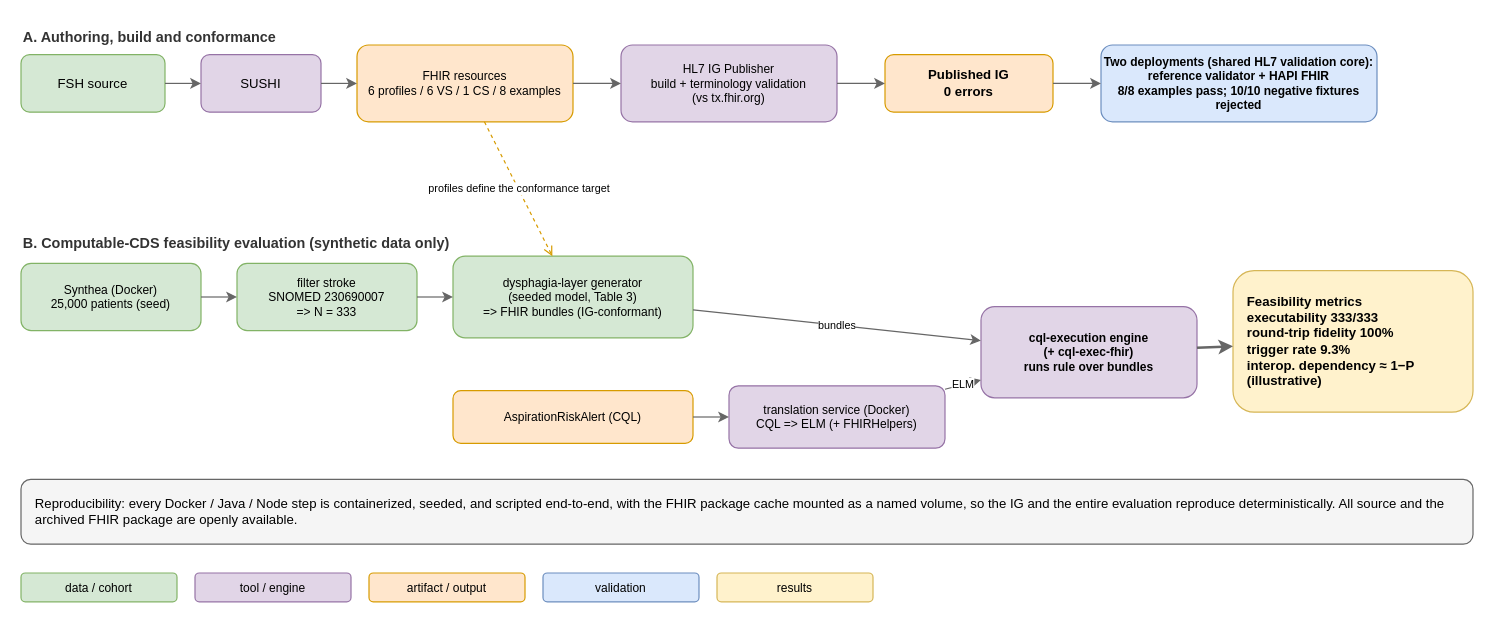
The draw.io diagram figures/Figure-3-evaluation-pipeline.drawio in sefatuncer/stroke-dysphagia-fhir-ig, before the edit. Source tidied: cells renumbered, new cells numbered last; positions are measured from the earlier drawing's top-left corner, leaving out a move shared by most shapes. Both pictures are drawn from the tidied source at 120%, with x=0, y=0 at pixel (20, 20).
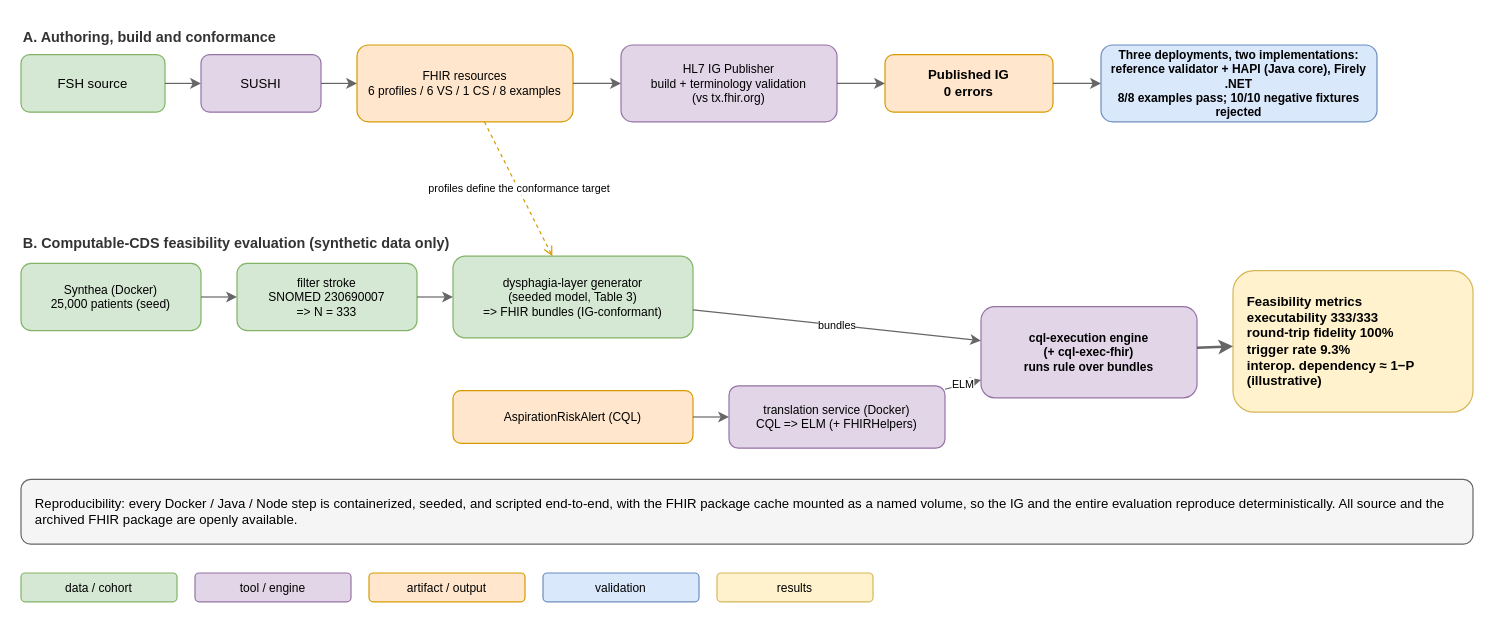
Above is the later version.

What changed in the source:
```diff
@@
-    <mxCell id="8" value="Two deployments (shared HL7 validation core):&#10;reference validator + HAPI FHIR&#10;8/8 examples pass; 10/10 negative fixtures rejected" style="rounded=1;whiteSpace=wrap;html=1;fillColor=#dae8fc;strokeColor=#6c8ebf;fontSize=10;fontStyle=1;" parent="1" vertex="1">
+    <mxCell id="8" value="Three deployments, two implementations:&#10;reference validator + HAPI (Java core), Firely .NET&#10;8/8 examples pass; 10/10 negative fixtures rejected" style="rounded=1;whiteSpace=wrap;html=1;fillColor=#dae8fc;strokeColor=#6c8ebf;fontSize=10;fontStyle=1;" parent="1" vertex="1">
       <mxGeometry x="900" y="20" width="230" height="64" as="geometry" />
     </mxCell>
```
